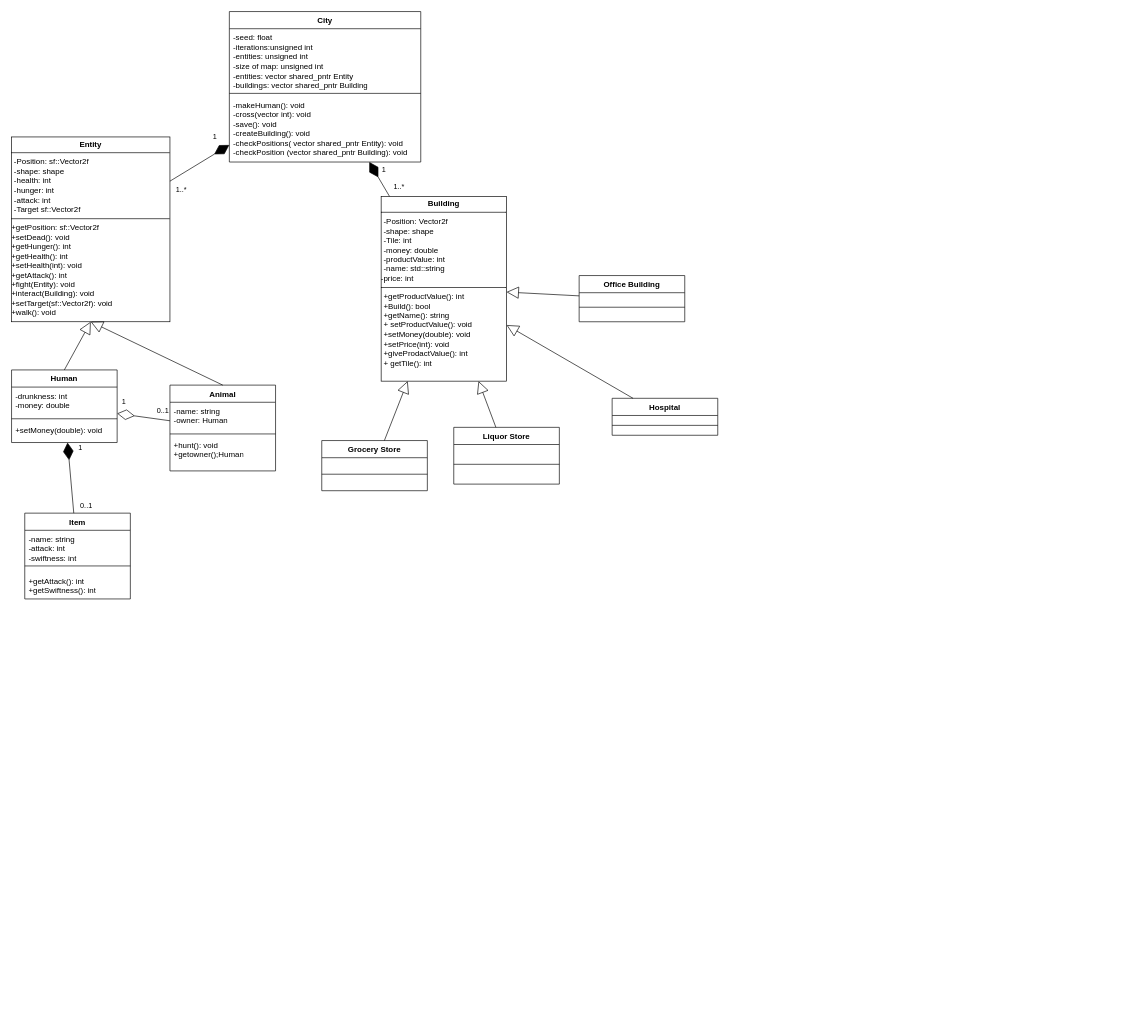
The draw.io diagram drawio/Diagram_Class.drawio in KacKep/city_simulator, before the edit. Source tidied: cells renumbered, new cells numbered last; positions are measured from the earlier drawing's top-left corner, leaving out a move shared by most shapes. Both pictures are drawn from the tidied source at 66%, with x=0, y=0 at pixel (11, 11).
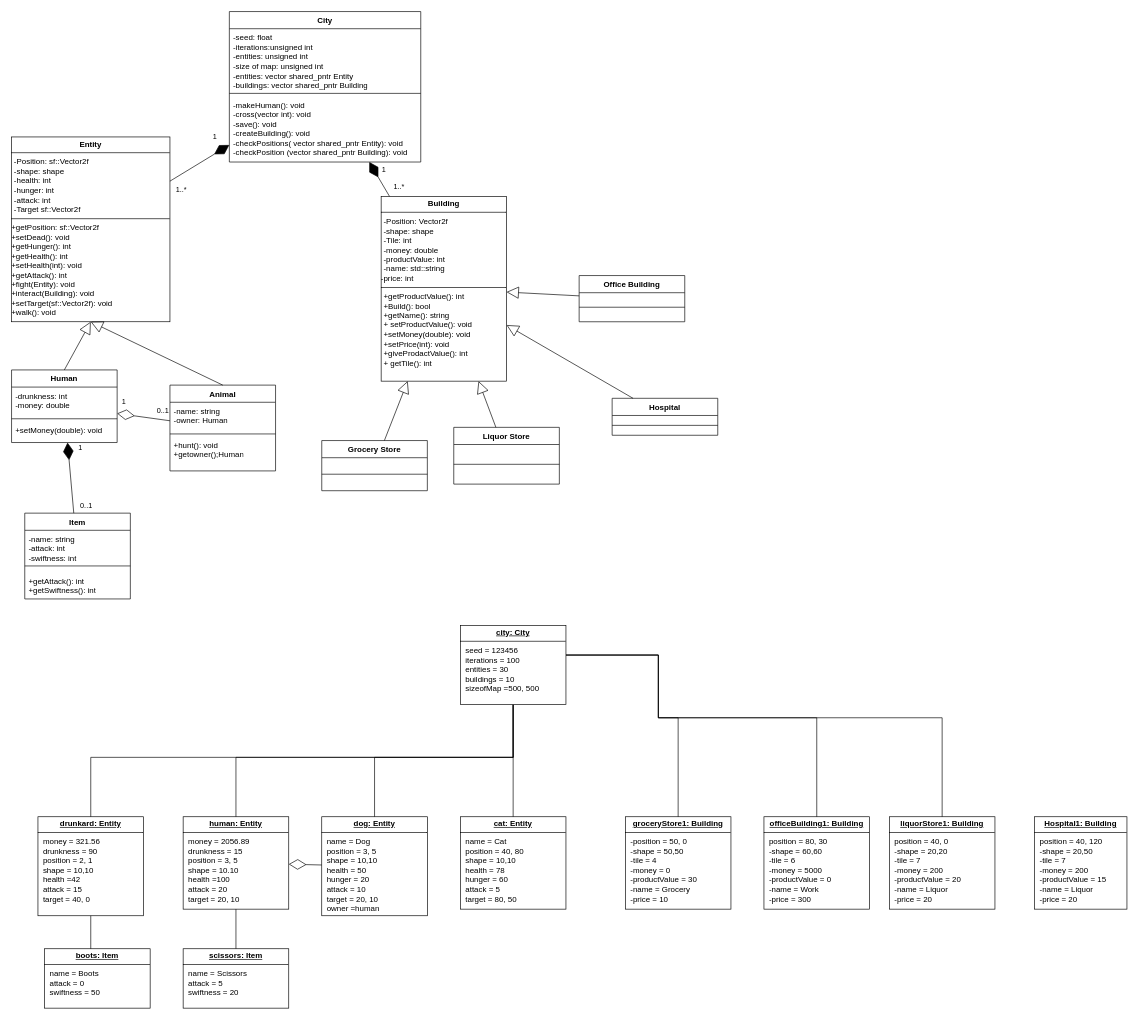
Above is the later version.

Change to the diagram source:
```diff
@@
+    <mxCell id="42" value="&lt;p style=&quot;margin: 4px 0px 0px; text-align: center; text-decoration: underline;&quot;&gt;&lt;b&gt;drunkard: Entity&lt;/b&gt;&lt;/p&gt;&lt;hr size=&quot;1&quot; style=&quot;border-style:solid;&quot;&gt;&lt;p style=&quot;margin:0px;margin-left:8px;&quot;&gt;money = 321.56&lt;/p&gt;&lt;p style=&quot;margin:0px;margin-left:8px;&quot;&gt;drunkness = 90&lt;/p&gt;&lt;p style=&quot;margin:0px;margin-left:8px;&quot;&gt;position = 2, 1&lt;/p&gt;&lt;p style=&quot;margin:0px;margin-left:8px;&quot;&gt;shape = 10,10&lt;/p&gt;&lt;p style=&quot;margin:0px;margin-left:8px;&quot;&gt;health =42&lt;/p&gt;&lt;p style=&quot;margin:0px;margin-left:8px;&quot;&gt;attack = 15&lt;/p&gt;&lt;p style=&quot;margin:0px;margin-left:8px;&quot;&gt;target = 40, 0&lt;/p&gt;" style="verticalAlign=top;align=left;overflow=fill;html=1;whiteSpace=wrap;" parent="1" vertex="1">
+      <mxGeometry x="40" y="1220" width="160" height="150" as="geometry" />
+    </mxCell>
+    <mxCell id="43" value="&lt;p style=&quot;margin: 4px 0px 0px; text-align: center; text-decoration: underline;&quot;&gt;&lt;b&gt;dog: Entity&lt;/b&gt;&lt;/p&gt;&lt;hr size=&quot;1&quot; style=&quot;border-style:solid;&quot;&gt;&lt;p style=&quot;margin:0px;margin-left:8px;&quot;&gt;name = Dog&lt;/p&gt;&lt;p style=&quot;margin:0px;margin-left:8px;&quot;&gt;position = 3, 5&lt;/p&gt;&lt;p style=&quot;margin:0px;margin-left:8px;&quot;&gt;shape = 10,10&lt;/p&gt;&lt;p style=&quot;margin:0px;margin-left:8px;&quot;&gt;health = 50&lt;/p&gt;&lt;p style=&quot;margin:0px;margin-left:8px;&quot;&gt;hunger = 20&lt;/p&gt;&lt;p style=&quot;margin:0px;margin-left:8px;&quot;&gt;attack = 10&lt;/p&gt;&lt;p style=&quot;margin:0px;margin-left:8px;&quot;&gt;target = 20, 10&lt;/p&gt;&lt;p style=&quot;margin:0px;margin-left:8px;&quot;&gt;owner =human&lt;/p&gt;" style="verticalAlign=top;align=left;overflow=fill;html=1;whiteSpace=wrap;" parent="1" vertex="1">
+      <mxGeometry x="470" y="1220" width="160" height="150" as="geometry" />
+    </mxCell>
+    <mxCell id="44" value="&lt;p style=&quot;margin: 4px 0px 0px; text-align: center; text-decoration: underline;&quot;&gt;&lt;b&gt;cat: Entity&lt;/b&gt;&lt;/p&gt;&lt;hr size=&quot;1&quot; style=&quot;border-style:solid;&quot;&gt;&lt;p style=&quot;margin:0px;margin-left:8px;&quot;&gt;name = Cat&lt;/p&gt;&lt;p style=&quot;margin:0px;margin-left:8px;&quot;&gt;position = 40, 80&lt;/p&gt;&lt;p style=&quot;margin:0px;margin-left:8px;&quot;&gt;shape = 10,10&lt;/p&gt;&lt;p style=&quot;margin:0px;margin-left:8px;&quot;&gt;health = 78&lt;/p&gt;&lt;p style=&quot;margin:0px;margin-left:8px;&quot;&gt;hunger = 60&lt;/p&gt;&lt;p style=&quot;margin:0px;margin-left:8px;&quot;&gt;attack = 5&lt;/p&gt;&lt;p style=&quot;margin:0px;margin-left:8px;&quot;&gt;target = 80, 50&lt;/p&gt;" style="verticalAlign=top;align=left;overflow=fill;html=1;whiteSpace=wrap;" parent="1" vertex="1">
+      <mxGeometry x="680" y="1220" width="160" height="140" as="geometry" />
+    </mxCell>
+    <mxCell id="45" value="&lt;p style=&quot;margin: 4px 0px 0px; text-align: center; text-decoration: underline;&quot;&gt;&lt;b&gt;human: Entity&lt;/b&gt;&lt;/p&gt;&lt;hr size=&quot;1&quot; style=&quot;border-style:solid;&quot;&gt;&lt;p style=&quot;margin:0px;margin-left:8px;&quot;&gt;money = 2056.89&lt;/p&gt;&lt;p style=&quot;margin:0px;margin-left:8px;&quot;&gt;drunkness = 15&lt;/p&gt;&lt;p style=&quot;margin:0px;margin-left:8px;&quot;&gt;position = 3, 5&lt;/p&gt;&lt;p style=&quot;margin:0px;margin-left:8px;&quot;&gt;shape = 10.10&lt;/p&gt;&lt;p style=&quot;margin:0px;margin-left:8px;&quot;&gt;health =100&lt;/p&gt;&lt;p style=&quot;margin:0px;margin-left:8px;&quot;&gt;attack = 20&lt;/p&gt;&lt;p style=&quot;margin:0px;margin-left:8px;&quot;&gt;target = 20, 10&lt;/p&gt;" style="verticalAlign=top;align=left;overflow=fill;html=1;whiteSpace=wrap;" parent="1" vertex="1">
+      <mxGeometry x="260" y="1220" width="160" height="140" as="geometry" />
+    </mxCell>
+    <mxCell id="46" value="&lt;p style=&quot;margin: 4px 0px 0px; text-align: center; text-decoration: underline;&quot;&gt;&lt;b&gt;scissors: Item&lt;/b&gt;&lt;/p&gt;&lt;hr size=&quot;1&quot; style=&quot;border-style:solid;&quot;&gt;&lt;p style=&quot;margin:0px;margin-left:8px;&quot;&gt;name = Scissors&lt;/p&gt;&lt;p style=&quot;margin:0px;margin-left:8px;&quot;&gt;attack = 5&lt;/p&gt;&lt;p style=&quot;margin:0px;margin-left:8px;&quot;&gt;swiftness = 20&lt;/p&gt;" style="verticalAlign=top;align=left;overflow=fill;html=1;whiteSpace=wrap;" parent="1" vertex="1">
+      <mxGeometry x="260" y="1420" width="160" height="90" as="geometry" />
+    </mxCell>
+    <mxCell id="47" value="&lt;p style=&quot;margin: 4px 0px 0px; text-align: center; text-decoration: underline;&quot;&gt;&lt;b&gt;boots: Item&lt;/b&gt;&lt;/p&gt;&lt;hr size=&quot;1&quot; style=&quot;border-style:solid;&quot;&gt;&lt;p style=&quot;margin:0px;margin-left:8px;&quot;&gt;name = Boots&lt;/p&gt;&lt;p style=&quot;margin:0px;margin-left:8px;&quot;&gt;attack = 0&lt;/p&gt;&lt;p style=&quot;margin:0px;margin-left:8px;&quot;&gt;swiftness = 50&lt;/p&gt;" style="verticalAlign=top;align=left;overflow=fill;html=1;whiteSpace=wrap;" parent="1" vertex="1">
+      <mxGeometry x="50" y="1420" width="160" height="90" as="geometry" />
+    </mxCell>
+    <mxCell id="48" value="&lt;p style=&quot;margin: 4px 0px 0px; text-align: center; text-decoration: underline;&quot;&gt;&lt;b&gt;groceryStore1: Building&lt;/b&gt;&lt;/p&gt;&lt;hr size=&quot;1&quot; style=&quot;border-style:solid;&quot;&gt;&lt;p style=&quot;margin:0px;margin-left:8px;&quot;&gt;-position = 50, 0&lt;/p&gt;&lt;p style=&quot;margin:0px;margin-left:8px;&quot;&gt;-shape = 50,50&lt;/p&gt;&lt;p style=&quot;margin:0px;margin-left:8px;&quot;&gt;-tile = 4&lt;/p&gt;&lt;p style=&quot;margin:0px;margin-left:8px;&quot;&gt;-money = 0&lt;/p&gt;&lt;p style=&quot;margin:0px;margin-left:8px;&quot;&gt;-productValue = 30&lt;/p&gt;&lt;p style=&quot;margin:0px;margin-left:8px;&quot;&gt;-name = Grocery&lt;/p&gt;&lt;p style=&quot;margin:0px;margin-left:8px;&quot;&gt;-price = 10&lt;/p&gt;&lt;p style=&quot;margin:0px;margin-left:8px;&quot;&gt;&lt;br&gt;&lt;/p&gt;" style="verticalAlign=top;align=left;overflow=fill;html=1;whiteSpace=wrap;" parent="1" vertex="1">
+      <mxGeometry x="930" y="1220" width="160" height="140" as="geometry" />
+    </mxCell>
+    <mxCell id="49" value="&lt;p style=&quot;margin: 4px 0px 0px; text-align: center; text-decoration: underline;&quot;&gt;&lt;b&gt;officeBuilding1: Building&lt;/b&gt;&lt;/p&gt;&lt;hr size=&quot;1&quot; style=&quot;border-style:solid;&quot;&gt;&lt;p style=&quot;margin:0px;margin-left:8px;&quot;&gt;position = 80, 30&lt;/p&gt;&lt;p style=&quot;margin:0px;margin-left:8px;&quot;&gt;-shape = 60,60&lt;/p&gt;&lt;p style=&quot;margin:0px;margin-left:8px;&quot;&gt;-tile = 6&lt;/p&gt;&lt;p style=&quot;margin:0px;margin-left:8px;&quot;&gt;-money = 5000&lt;/p&gt;&lt;p style=&quot;margin:0px;margin-left:8px;&quot;&gt;-productValue = 0&lt;/p&gt;&lt;p style=&quot;margin:0px;margin-left:8px;&quot;&gt;-name = Work&lt;/p&gt;&lt;p style=&quot;margin:0px;margin-left:8px;&quot;&gt;-price = 300&lt;/p&gt;&lt;p style=&quot;margin:0px;margin-left:8px;&quot;&gt;&lt;br&gt;&lt;br&gt;&lt;/p&gt;" style="verticalAlign=top;align=left;overflow=fill;html=1;whiteSpace=wrap;" parent="1" vertex="1">
+      <mxGeometry x="1140" y="1220" width="160" height="140" as="geometry" />
+    </mxCell>
+    <mxCell id="50" value="&lt;p style=&quot;margin: 4px 0px 0px; text-align: center; text-decoration: underline;&quot;&gt;&lt;b&gt;liquorStore1: Building&lt;/b&gt;&lt;/p&gt;&lt;hr size=&quot;1&quot; style=&quot;border-style:solid;&quot;&gt;&lt;p style=&quot;margin:0px;margin-left:8px;&quot;&gt;position = 40, 0&lt;/p&gt;&lt;p style=&quot;margin:0px;margin-left:8px;&quot;&gt;-shape = 20,20&lt;/p&gt;&lt;p style=&quot;margin:0px;margin-left:8px;&quot;&gt;-tile = 7&lt;/p&gt;&lt;p style=&quot;margin:0px;margin-left:8px;&quot;&gt;-money = 200&lt;/p&gt;&lt;p style=&quot;margin:0px;margin-left:8px;&quot;&gt;-productValue = 20&lt;/p&gt;&lt;p style=&quot;margin:0px;margin-left:8px;&quot;&gt;-name = Liquor&lt;/p&gt;&lt;p style=&quot;margin:0px;margin-left:8px;&quot;&gt;-price = 20&lt;/p&gt;&lt;p style=&quot;margin:0px;margin-left:8px;&quot;&gt;&lt;br&gt;&lt;br&gt;&lt;/p&gt;" style="verticalAlign=top;align=left;overflow=fill;html=1;whiteSpace=wrap;" parent="1" vertex="1">
+      <mxGeometry x="1330" y="1220" width="160" height="140" as="geometry" />
+    </mxCell>
+    <mxCell id="51" style="endArrow=none;html=1;edgeStyle=orthogonalEdgeStyle;rounded=0;" parent="1" edge="1" source="42" target="62">
+      <mxGeometry relative="1" as="geometry">
+        <Array as="points">
+          <mxPoint x="120" y="1130" />
+          <mxPoint x="760" y="1130" />
+        </Array>
+      </mxGeometry>
+    </mxCell>
+    <mxCell id="52" style="endArrow=none;html=1;edgeStyle=orthogonalEdgeStyle;rounded=0;" parent="1" edge="1" source="45" target="62">
+      <mxGeometry relative="1" as="geometry">
+        <Array as="points">
+          <mxPoint x="340" y="1130" />
+          <mxPoint x="760" y="1130" />
+        </Array>
+      </mxGeometry>
+    </mxCell>
+    <mxCell id="53" style="endArrow=none;html=1;edgeStyle=orthogonalEdgeStyle;rounded=0;" parent="1" edge="1" source="43" target="62">
+      <mxGeometry relative="1" as="geometry">
+        <Array as="points">
+          <mxPoint x="550" y="1130" />
+          <mxPoint x="760" y="1130" />
+        </Array>
+      </mxGeometry>
+    </mxCell>
+    <mxCell id="54" style="endArrow=none;html=1;edgeStyle=orthogonalEdgeStyle;rounded=0;" parent="1" edge="1" source="44" target="62">
+      <mxGeometry relative="1" as="geometry" />
+    </mxCell>
+    <mxCell id="55" style="endArrow=none;html=1;edgeStyle=orthogonalEdgeStyle;rounded=0;entryX=0.5;entryY=1;entryDx=0;entryDy=0;" parent="1" edge="1" source="47" target="42">
+      <mxGeometry relative="1" as="geometry">
+        <Array as="points">
+          <mxPoint x="130" y="1470" />
+          <mxPoint x="121" y="1470" />
+          <mxPoint x="121" y="1420" />
+        </Array>
+      </mxGeometry>
+    </mxCell>
+    <mxCell id="56" style="endArrow=none;html=1;edgeStyle=orthogonalEdgeStyle;rounded=0;" parent="1" edge="1" source="46" target="45">
+      <mxGeometry relative="1" as="geometry" />
+    </mxCell>
+    <mxCell id="57" style="endArrow=diamondThin;endFill=0;endSize=24;html=1;rounded=0;" parent="1" edge="1" source="43" target="45">
+      <mxGeometry relative="1" as="geometry" />
+    </mxCell>
+    <mxCell id="58" style="endArrow=none;html=1;edgeStyle=orthogonalEdgeStyle;rounded=0;" parent="1" edge="1" source="48" target="62">
+      <mxGeometry relative="1" as="geometry">
+        <Array as="points">
+          <mxPoint x="1010" y="1070" />
+          <mxPoint x="980" y="1070" />
+          <mxPoint x="980" y="975" />
+        </Array>
+      </mxGeometry>
+    </mxCell>
+    <mxCell id="59" style="endArrow=none;html=1;edgeStyle=orthogonalEdgeStyle;rounded=0;" parent="1" edge="1" source="49" target="62">
+      <mxGeometry relative="1" as="geometry">
+        <Array as="points">
+          <mxPoint x="1220" y="1070" />
+          <mxPoint x="980" y="1070" />
+          <mxPoint x="980" y="975" />
+        </Array>
+      </mxGeometry>
+    </mxCell>
+    <mxCell id="60" style="endArrow=none;html=1;edgeStyle=orthogonalEdgeStyle;rounded=0;" parent="1" edge="1" source="50" target="62">
+      <mxGeometry relative="1" as="geometry">
+        <Array as="points">
+          <mxPoint x="1410" y="1070" />
+          <mxPoint x="980" y="1070" />
+          <mxPoint x="980" y="975" />
+        </Array>
+      </mxGeometry>
+    </mxCell>
+    <mxCell id="61" value="&lt;p style=&quot;margin: 4px 0px 0px; text-align: center; text-decoration: underline;&quot;&gt;&lt;b&gt;Hospital1: Building&lt;/b&gt;&lt;/p&gt;&lt;hr size=&quot;1&quot; style=&quot;border-style:solid;&quot;&gt;&lt;p style=&quot;margin:0px;margin-left:8px;&quot;&gt;position = 40, 120&lt;/p&gt;&lt;p style=&quot;margin:0px;margin-left:8px;&quot;&gt;-shape = 20,50&lt;/p&gt;&lt;p style=&quot;margin:0px;margin-left:8px;&quot;&gt;-tile = 7&lt;/p&gt;&lt;p style=&quot;margin:0px;margin-left:8px;&quot;&gt;-money = 200&lt;/p&gt;&lt;p style=&quot;margin:0px;margin-left:8px;&quot;&gt;-productValue = 15&lt;/p&gt;&lt;p style=&quot;margin:0px;margin-left:8px;&quot;&gt;-name = Liquor&lt;/p&gt;&lt;p style=&quot;margin:0px;margin-left:8px;&quot;&gt;-price = 20&lt;/p&gt;&lt;p style=&quot;margin:0px;margin-left:8px;&quot;&gt;&lt;br&gt;&lt;br&gt;&lt;/p&gt;" style="verticalAlign=top;align=left;overflow=fill;html=1;whiteSpace=wrap;" parent="1" vertex="1">
+      <mxGeometry x="1550" y="1220" width="140" height="140" as="geometry" />
+    </mxCell>
+    <mxCell id="62" value="&lt;p style=&quot;margin: 4px 0px 0px; text-align: center; text-decoration: underline;&quot;&gt;&lt;b&gt;city: City&lt;/b&gt;&lt;/p&gt;&lt;hr size=&quot;1&quot; style=&quot;border-style:solid;&quot;&gt;&lt;p style=&quot;margin:0px;margin-left:8px;&quot;&gt;seed = 123456&lt;/p&gt;&lt;p style=&quot;margin:0px;margin-left:8px;&quot;&gt;iterations = 100&lt;/p&gt;&lt;p style=&quot;margin:0px;margin-left:8px;&quot;&gt;entities = 30&lt;/p&gt;&lt;p style=&quot;margin:0px;margin-left:8px;&quot;&gt;buildings = 10&lt;/p&gt;&lt;p style=&quot;margin:0px;margin-left:8px;&quot;&gt;sizeofMap =500, 500&lt;/p&gt;" style="verticalAlign=top;align=left;overflow=fill;html=1;whiteSpace=wrap;" parent="1" vertex="1">
+      <mxGeometry x="680" y="930" width="160" height="120" as="geometry" />
+    </mxCell>
```
